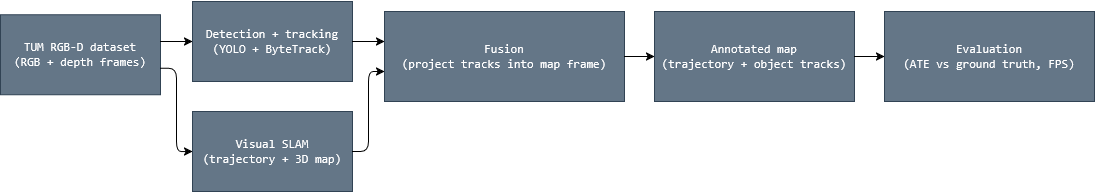
The draw.io diagram Output/Architecture.png in FaridRash/slam-track-fusion, before a commit. Source tidied: cells renumbered, new cells last; positions are measured from the earlier drawing's top-left corner, leaving out a move shared by most shapes. The source it was exported from:
```xml
<mxGraphModel>
  <root>
    <mxCell id="0" />
    <mxCell id="1" parent="0" />
    <mxCell id="2" value="&lt;pre class=&quot;notranslate&quot;&gt;&lt;code&gt;TUM RGB-D dataset&lt;br&gt;(RGB + depth frames)&lt;/code&gt;&lt;/pre&gt;" style="rounded=0;whiteSpace=wrap;html=1;fillColor=#647687;fontColor=#ffffff;strokeColor=#314354;" parent="1" vertex="1">
      <mxGeometry y="13.3" width="160" height="80" as="geometry" />
    </mxCell>
    <mxCell id="3" value="&lt;pre class=&quot;notranslate&quot;&gt;&lt;code&gt;Visual SLAM&lt;br&gt;&lt;/code&gt;&lt;code&gt;(trajectory + 3D map)&lt;/code&gt;&lt;/pre&gt;" style="rounded=0;whiteSpace=wrap;html=1;fillColor=#647687;fontColor=#ffffff;strokeColor=#314354;" parent="1" vertex="1">
      <mxGeometry x="192" y="110" width="160" height="80" as="geometry" />
    </mxCell>
    <mxCell id="4" value="&lt;br&gt;&lt;pre class=&quot;notranslate&quot;&gt;&lt;code&gt;Detection + tracking&lt;br&gt;&lt;/code&gt;&lt;code&gt;(YOLO + ByteTrack)&lt;/code&gt;&lt;/pre&gt;&lt;div&gt;&lt;br/&gt;&lt;/div&gt;" style="rounded=0;whiteSpace=wrap;html=1;fillColor=#647687;fontColor=#ffffff;strokeColor=#314354;" parent="1" vertex="1">
      <mxGeometry x="192" width="160" height="80" as="geometry" />
    </mxCell>
    <mxCell id="5" value="&lt;br&gt;&lt;pre class=&quot;notranslate&quot;&gt;&lt;code&gt;Fusion&lt;br&gt;(project tracks into map frame)&lt;/code&gt;&lt;/pre&gt;&lt;div&gt;&lt;br/&gt;&lt;/div&gt;" style="rounded=0;whiteSpace=wrap;html=1;fillColor=#647687;fontColor=#ffffff;strokeColor=#314354;" parent="1" vertex="1">
      <mxGeometry x="384" y="10" width="240" height="90" as="geometry" />
    </mxCell>
    <mxCell id="6" value="&lt;pre class=&quot;notranslate&quot;&gt;&lt;code&gt;Annotated map&lt;br&gt;(trajectory + object tracks)&lt;/code&gt;&lt;/pre&gt;" style="rounded=0;whiteSpace=wrap;html=1;fillColor=#647687;fontColor=#ffffff;strokeColor=#314354;" parent="1" vertex="1">
      <mxGeometry x="654" y="10" width="200" height="90" as="geometry" />
    </mxCell>
    <mxCell id="7" value="&lt;pre class=&quot;notranslate&quot;&gt;&lt;code&gt;Evaluation&lt;br&gt;(ATE vs ground truth, FPS)&lt;/code&gt;&lt;/pre&gt;" style="rounded=0;whiteSpace=wrap;html=1;fillColor=#647687;fontColor=#ffffff;strokeColor=#314354;" parent="1" vertex="1">
      <mxGeometry x="884" y="10" width="210" height="90" as="geometry" />
    </mxCell>
    <mxCell id="8" style="endArrow=classic;html=1;rounded=1;edgeStyle=orthogonalEdgeStyle;curved=0;exitX=1;exitY=0.6667;entryX=0;entryY=0.5;" parent="1" edge="1" source="2" target="3">
      <mxGeometry relative="1" as="geometry">
        <Array as="points">
          <mxPoint x="176" y="66.7" />
          <mxPoint x="176" y="150" />
        </Array>
      </mxGeometry>
    </mxCell>
    <mxCell id="9" style="endArrow=classic;html=1;rounded=1;edgeStyle=orthogonalEdgeStyle;curved=0;exitX=1;exitY=0.3334;entryX=0;entryY=0.5;" parent="1" edge="1" source="2" target="4">
      <mxGeometry relative="1" as="geometry">
        <Array as="points">
          <mxPoint x="176" y="40" />
        </Array>
      </mxGeometry>
    </mxCell>
    <mxCell id="10" style="endArrow=classic;html=1;rounded=1;edgeStyle=orthogonalEdgeStyle;curved=0;exitX=1;exitY=0.5;entryX=0;entryY=0.6667;" parent="1" edge="1" source="3" target="5">
      <mxGeometry relative="1" as="geometry">
        <Array as="points">
          <mxPoint x="368" y="150" />
          <mxPoint x="368" y="70" />
        </Array>
      </mxGeometry>
    </mxCell>
    <mxCell id="11" style="endArrow=classic;html=1;rounded=1;edgeStyle=orthogonalEdgeStyle;curved=0;exitX=1;exitY=0.5;entryX=0;entryY=0.3333;" parent="1" edge="1" source="4" target="5">
      <mxGeometry relative="1" as="geometry">
        <Array as="points">
          <mxPoint x="368" y="40" />
        </Array>
      </mxGeometry>
    </mxCell>
    <mxCell id="12" style="endArrow=classic;html=1;rounded=1;edgeStyle=orthogonalEdgeStyle;curved=0;exitX=1;exitY=0.5;entryX=0;entryY=0.5;" parent="1" edge="1" source="5" target="6">
      <mxGeometry relative="1" as="geometry">
        <Array as="points">
          <mxPoint x="639" y="55" />
        </Array>
      </mxGeometry>
    </mxCell>
    <mxCell id="13" style="endArrow=classic;html=1;rounded=1;edgeStyle=orthogonalEdgeStyle;curved=0;exitX=1;exitY=0.5;entryX=0;entryY=0.5;" parent="1" edge="1" source="6" target="7">
      <mxGeometry relative="1" as="geometry">
        <Array as="points">
          <mxPoint x="869" y="55" />
        </Array>
      </mxGeometry>
    </mxCell>
  </root>
</mxGraphModel>
```
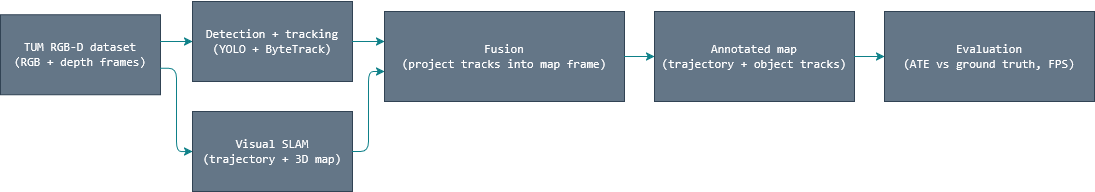
After the change.

What changed in the source:
```diff
@@ -8,6 +8,11 @@
     <mxCell id="3" value="&lt;pre class=&quot;notranslate&quot;&gt;&lt;code&gt;Visual SLAM&lt;br&gt;&lt;/code&gt;&lt;code&gt;(trajectory + 3D map)&lt;/code&gt;&lt;/pre&gt;" style="rounded=0;whiteSpace=wrap;html=1;fillColor=#647687;fontColor=#ffffff;strokeColor=#314354;" parent="1" vertex="1">
       <mxGeometry x="192" y="110" width="160" height="80" as="geometry" />
     </mxCell>
+    <mxCell id="14" style="edgeStyle=orthogonalEdgeStyle;rounded=0;jettySize=auto;html=1;" parent="1" edge="1" source="4">
+      <mxGeometry relative="1" as="geometry">
+        <mxPoint x="432" y="40" as="targetPoint" />
+      </mxGeometry>
+    </mxCell>
     <mxCell id="4" value="&lt;br&gt;&lt;pre class=&quot;notranslate&quot;&gt;&lt;code&gt;Detection + tracking&lt;br&gt;&lt;/code&gt;&lt;code&gt;(YOLO + ByteTrack)&lt;/code&gt;&lt;/pre&gt;&lt;div&gt;&lt;br/&gt;&lt;/div&gt;" style="rounded=0;whiteSpace=wrap;html=1;fillColor=#647687;fontColor=#ffffff;strokeColor=#314354;" parent="1" vertex="1">
       <mxGeometry x="192" width="160" height="80" as="geometry" />
     </mxCell>
@@ -20,7 +25,7 @@
     <mxCell id="7" value="&lt;pre class=&quot;notranslate&quot;&gt;&lt;code&gt;Evaluation&lt;br&gt;(ATE vs ground truth, FPS)&lt;/code&gt;&lt;/pre&gt;" style="rounded=0;whiteSpace=wrap;html=1;fillColor=#647687;fontColor=#ffffff;strokeColor=#314354;" parent="1" vertex="1">
       <mxGeometry x="884" y="10" width="210" height="90" as="geometry" />
     </mxCell>
-    <mxCell id="8" style="endArrow=classic;html=1;rounded=1;edgeStyle=orthogonalEdgeStyle;curved=0;exitX=1;exitY=0.6667;entryX=0;entryY=0.5;" parent="1" edge="1" source="2" target="3">
+    <mxCell id="8" style="endArrow=classic;html=1;rounded=1;edgeStyle=orthogonalEdgeStyle;curved=0;exitX=1;exitY=0.6667;entryX=0;entryY=0.5;fillColor=#b0e3e6;strokeColor=light-dark(#0E8088,#FFFFFF);" parent="1" edge="1" source="2" target="3">
       <mxGeometry relative="1" as="geometry">
         <Array as="points">
           <mxPoint x="176" y="66.7" />
@@ -28,14 +33,14 @@
         </Array>
       </mxGeometry>
     </mxCell>
-    <mxCell id="9" style="endArrow=classic;html=1;rounded=1;edgeStyle=orthogonalEdgeStyle;curved=0;exitX=1;exitY=0.3334;entryX=0;entryY=0.5;" parent="1" edge="1" source="2" target="4">
+    <mxCell id="9" style="endArrow=classic;html=1;rounded=1;edgeStyle=orthogonalEdgeStyle;curved=0;exitX=1;exitY=0.3334;entryX=0;entryY=0.5;fillColor=#b0e3e6;strokeColor=light-dark(#0E8088,#FFFFFF);" parent="1" edge="1" source="2" target="4">
       <mxGeometry relative="1" as="geometry">
         <Array as="points">
           <mxPoint x="176" y="40" />
         </Array>
       </mxGeometry>
     </mxCell>
-    <mxCell id="10" style="endArrow=classic;html=1;rounded=1;edgeStyle=orthogonalEdgeStyle;curved=0;exitX=1;exitY=0.5;entryX=0;entryY=0.6667;" parent="1" edge="1" source="3" target="5">
+    <mxCell id="10" style="endArrow=classic;html=1;rounded=1;edgeStyle=orthogonalEdgeStyle;curved=0;exitX=1;exitY=0.5;entryX=0;entryY=0.6667;fillColor=#b0e3e6;strokeColor=light-dark(#0E8088,#FFFFFF);" parent="1" edge="1" source="3" target="5">
       <mxGeometry relative="1" as="geometry">
         <Array as="points">
           <mxPoint x="368" y="150" />
@@ -43,21 +48,21 @@
         </Array>
       </mxGeometry>
     </mxCell>
-    <mxCell id="11" style="endArrow=classic;html=1;rounded=1;edgeStyle=orthogonalEdgeStyle;curved=0;exitX=1;exitY=0.5;entryX=0;entryY=0.3333;" parent="1" edge="1" source="4" target="5">
+    <mxCell id="11" style="endArrow=classic;html=1;rounded=1;edgeStyle=orthogonalEdgeStyle;curved=0;exitX=1;exitY=0.5;entryX=0;entryY=0.3333;fillColor=#b0e3e6;strokeColor=light-dark(#0E8088,#FFFFFF);" parent="1" edge="1" source="4" target="5">
       <mxGeometry relative="1" as="geometry">
         <Array as="points">
           <mxPoint x="368" y="40" />
         </Array>
       </mxGeometry>
     </mxCell>
-    <mxCell id="12" style="endArrow=classic;html=1;rounded=1;edgeStyle=orthogonalEdgeStyle;curved=0;exitX=1;exitY=0.5;entryX=0;entryY=0.5;" parent="1" edge="1" source="5" target="6">
+    <mxCell id="12" style="endArrow=classic;html=1;rounded=1;edgeStyle=orthogonalEdgeStyle;curved=0;exitX=1;exitY=0.5;entryX=0;entryY=0.5;fillColor=#b0e3e6;strokeColor=light-dark(#0E8088,#FFFFFF);" parent="1" edge="1" source="5" target="6">
       <mxGeometry relative="1" as="geometry">
         <Array as="points">
           <mxPoint x="639" y="55" />
         </Array>
       </mxGeometry>
     </mxCell>
-    <mxCell id="13" style="endArrow=classic;html=1;rounded=1;edgeStyle=orthogonalEdgeStyle;curved=0;exitX=1;exitY=0.5;entryX=0;entryY=0.5;" parent="1" edge="1" source="6" target="7">
+    <mxCell id="13" style="endArrow=classic;html=1;rounded=1;edgeStyle=orthogonalEdgeStyle;curved=0;exitX=1;exitY=0.5;entryX=0;entryY=0.5;fillColor=#b0e3e6;strokeColor=light-dark(#0E8088,#FFFFFF);" parent="1" edge="1" source="6" target="7">
       <mxGeometry relative="1" as="geometry">
         <Array as="points">
           <mxPoint x="869" y="55" />
```
